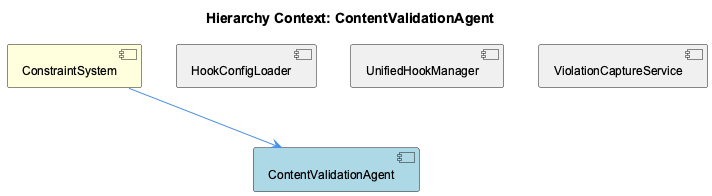
Above: knowledge-management/insights/images/content-validation-agent-relationship.png in fwornle/coding (PlantUML), before the change.
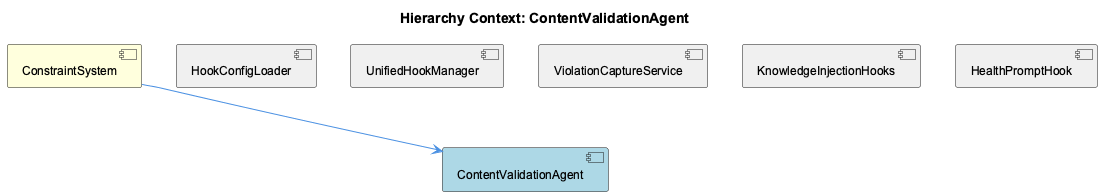
The same file after the commit.

Diff of the diagram source:
```diff
@@ -8,10 +8,14 @@
 [HookConfigLoader] as hook_config_loader #F0F0F0
 [UnifiedHookManager] as unified_hook_manager #F0F0F0
 [ViolationCaptureService] as violation_capture_service #F0F0F0
+[KnowledgeInjectionHooks] as knowledge_injection_hooks #F0F0F0
+[HealthPromptHook] as health_prompt_hook #F0F0F0
 
 constraint_system --> content_validation_agent
 hook_config_loader -[hidden]- content_validation_agent
 unified_hook_manager -[hidden]- content_validation_agent
 violation_capture_service -[hidden]- content_validation_agent
+knowledge_injection_hooks -[hidden]- content_validation_agent
+health_prompt_hook -[hidden]- content_validation_agent
 
 @enduml
```
